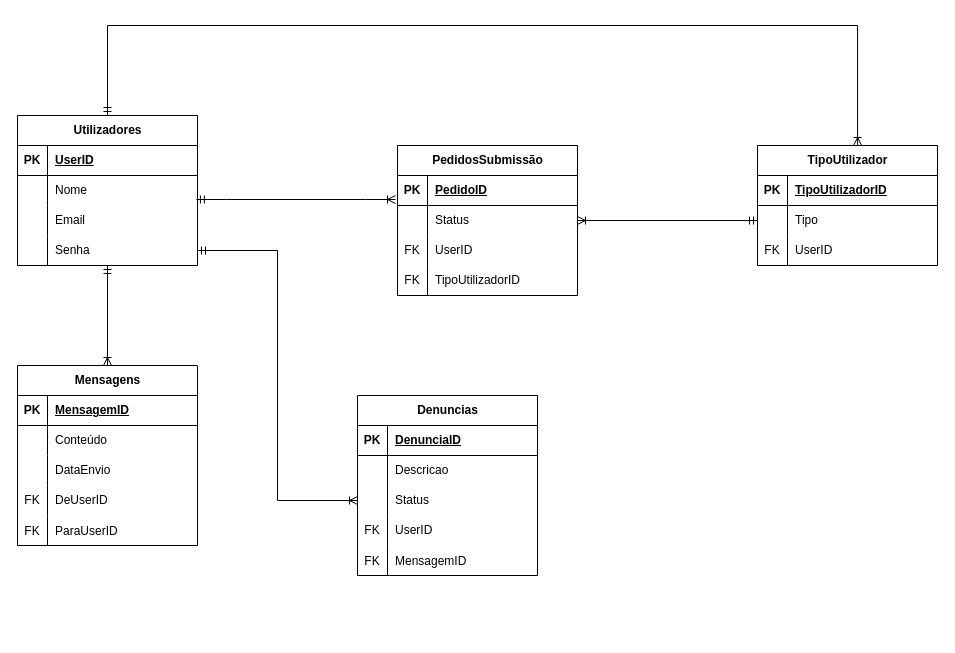
Earlier version of the draw.io diagram page "Modelo relacional" (2 of 2) of Drawio/Casos_de_Uso.drawio (henriqueolivgp/Plataforma-De-Denuncias-De-Ciberataques). Source tidied: cells renumbered, new cells numbered last; positions are measured from the earlier drawing's top-left corner, leaving out a move shared by most shapes. Both pictures are drawn from the tidied source at 100%, with x=0, y=0 at pixel (17, 25).
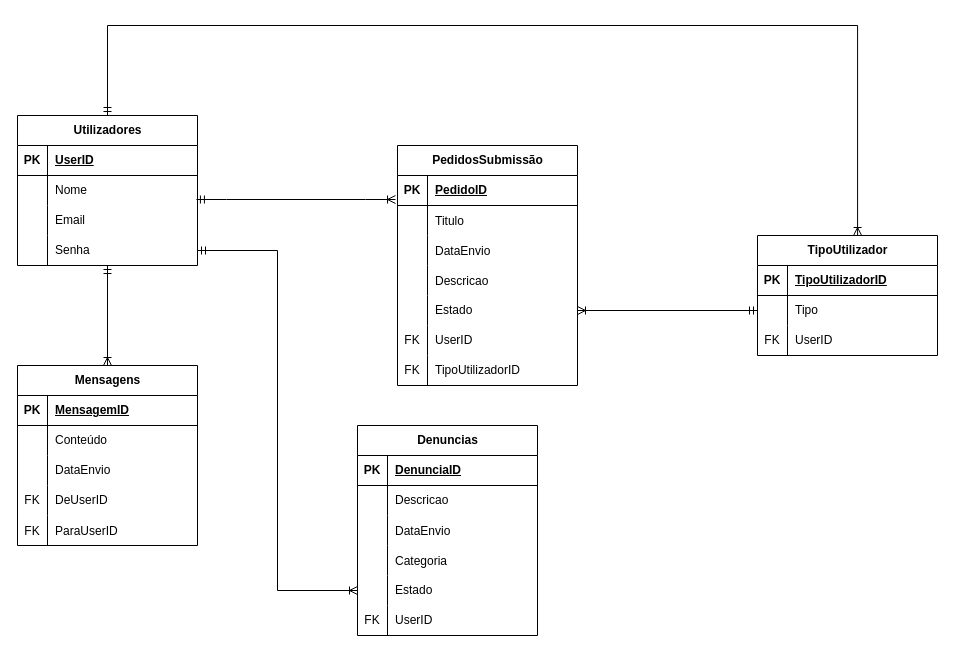
The same page after the edit.

What changed in the source:
```diff
@@
     <mxCell id="15" value="PedidosSubmissão" style="shape=table;startSize=30;childLayout=tableLayout;rowLines=0;fontStyle=1;align=center;html=1;" parent="1" vertex="1">
-      <mxGeometry x="380" y="120" width="180" height="150" as="geometry" />
+      <mxGeometry x="380" y="120" width="180" height="240" as="geometry" />
     </mxCell>
@@
+    <mxCell id="75" style="shape=tableRow;horizontal=0;startSize=0;swimlaneHead=0;swimlaneBody=0;fillColor=none;top=0;left=0;right=0;bottom=0;" parent="15" vertex="1">
+      <mxGeometry y="60" width="180" height="30" as="geometry" />
+    </mxCell>
+    <mxCell id="76" style="shape=partialRectangle;fillColor=none;top=0;left=0;bottom=0;right=0;overflow=hidden;" parent="75" vertex="1">
+      <mxGeometry width="30" height="30" as="geometry" />
+    </mxCell>
+    <mxCell id="77" value="Titulo" style="shape=partialRectangle;fillColor=none;top=0;left=0;bottom=0;right=0;align=left;spacingLeft=6;overflow=hidden;" parent="75" vertex="1">
+      <mxGeometry x="30" width="150" height="30" as="geometry" />
+    </mxCell>
+    <mxCell id="78" style="shape=tableRow;horizontal=0;startSize=0;swimlaneHead=0;swimlaneBody=0;fillColor=none;top=0;left=0;right=0;bottom=0;" parent="15" vertex="1">
+      <mxGeometry y="90" width="180" height="30" as="geometry" />
+    </mxCell>
+    <mxCell id="79" style="shape=partialRectangle;fillColor=none;top=0;left=0;bottom=0;right=0;overflow=hidden;" parent="78" vertex="1">
+      <mxGeometry width="30" height="30" as="geometry" />
+    </mxCell>
+    <mxCell id="80" value="DataEnvio" style="shape=partialRectangle;fillColor=none;top=0;left=0;bottom=0;right=0;align=left;spacingLeft=6;overflow=hidden;" parent="78" vertex="1">
+      <mxGeometry x="30" width="150" height="30" as="geometry" />
+    </mxCell>
+    <mxCell id="81" style="shape=tableRow;horizontal=0;startSize=0;swimlaneHead=0;swimlaneBody=0;fillColor=none;top=0;left=0;right=0;bottom=0;" parent="15" vertex="1">
+      <mxGeometry y="120" width="180" height="30" as="geometry" />
+    </mxCell>
+    <mxCell id="82" style="shape=partialRectangle;fillColor=none;top=0;left=0;bottom=0;right=0;overflow=hidden;" parent="81" vertex="1">
+      <mxGeometry width="30" height="30" as="geometry" />
+    </mxCell>
+    <mxCell id="83" value="Descricao" style="shape=partialRectangle;fillColor=none;top=0;left=0;bottom=0;right=0;align=left;spacingLeft=6;overflow=hidden;" parent="81" vertex="1">
+      <mxGeometry x="30" width="150" height="30" as="geometry" />
+    </mxCell>
     <mxCell id="19" style="shape=tableRow;horizontal=0;startSize=0;swimlaneHead=0;swimlaneBody=0;fillColor=none;points=[[0,0.5],[1,0.5]];portConstraint=eastwest;top=0;left=0;right=0;bottom=0;" parent="15" vertex="1">
-      <mxGeometry y="60" width="180" height="30" as="geometry" />
+      <mxGeometry y="150" width="180" height="30" as="geometry" />
     </mxCell>
@@
-    <mxCell id="21" value="Status" style="shape=partialRectangle;fillColor=none;top=0;left=0;bottom=0;right=0;align=left;spacingLeft=6;overflow=hidden;whiteSpace=wrap;html=1;" parent="19" vertex="1">
+    <mxCell id="21" value="Estado" style="shape=partialRectangle;fillColor=none;top=0;left=0;bottom=0;right=0;align=left;spacingLeft=6;overflow=hidden;whiteSpace=wrap;html=1;" parent="19" vertex="1">
       <mxGeometry x="30" width="150" height="30" as="geometry" />
     </mxCell>
     <mxCell id="22" style="shape=tableRow;horizontal=0;startSize=0;swimlaneHead=0;swimlaneBody=0;fillColor=none;top=0;left=0;right=0;bottom=0;" parent="15" vertex="1">
-      <mxGeometry y="90" width="180" height="30" as="geometry" />
+      <mxGeometry y="180" width="180" height="30" as="geometry" />
     </mxCell>
@@
     <mxCell id="25" style="shape=tableRow;horizontal=0;startSize=0;swimlaneHead=0;swimlaneBody=0;fillColor=none;top=0;left=0;right=0;bottom=0;" parent="15" vertex="1">
-      <mxGeometry y="120" width="180" height="30" as="geometry" />
+      <mxGeometry y="210" width="180" height="30" as="geometry" />
     </mxCell>
@@
     <mxCell id="44" value="Denuncias" style="shape=table;startSize=30;childLayout=tableLayout;rowLines=0;fontStyle=1;align=center;html=1;" parent="1" vertex="1">
-      <mxGeometry x="340" y="370" width="180" height="180" as="geometry" />
+      <mxGeometry x="340" y="400" width="180" height="210" as="geometry" />
     </mxCell>
@@
+    <mxCell id="84" style="shape=tableRow;horizontal=0;startSize=0;swimlaneHead=0;swimlaneBody=0;fillColor=none;top=0;left=0;right=0;bottom=0;" parent="44" vertex="1">
+      <mxGeometry y="90" width="180" height="30" as="geometry" />
+    </mxCell>
+    <mxCell id="85" style="shape=partialRectangle;fillColor=none;top=0;left=0;bottom=0;right=0;overflow=hidden;" parent="84" vertex="1">
+      <mxGeometry width="30" height="30" as="geometry" />
+    </mxCell>
+    <mxCell id="86" value="DataEnvio" style="shape=partialRectangle;fillColor=none;top=0;left=0;bottom=0;right=0;align=left;spacingLeft=6;overflow=hidden;" parent="84" vertex="1">
+      <mxGeometry x="30" width="150" height="30" as="geometry" />
+    </mxCell>
+    <mxCell id="87" style="shape=tableRow;horizontal=0;startSize=0;swimlaneHead=0;swimlaneBody=0;fillColor=none;top=0;left=0;right=0;bottom=0;" parent="44" vertex="1">
+      <mxGeometry y="120" width="180" height="30" as="geometry" />
+    </mxCell>
+    <mxCell id="88" style="shape=partialRectangle;fillColor=none;top=0;left=0;bottom=0;right=0;overflow=hidden;" parent="87" vertex="1">
+      <mxGeometry width="30" height="30" as="geometry" />
+    </mxCell>
+    <mxCell id="89" value="Categoria" style="shape=partialRectangle;fillColor=none;top=0;left=0;bottom=0;right=0;align=left;spacingLeft=6;overflow=hidden;" parent="87" vertex="1">
+      <mxGeometry x="30" width="150" height="30" as="geometry" />
+    </mxCell>
     <mxCell id="51" style="shape=tableRow;horizontal=0;startSize=0;swimlaneHead=0;swimlaneBody=0;fillColor=none;points=[[0,0.5],[1,0.5]];portConstraint=eastwest;top=0;left=0;right=0;bottom=0;" parent="44" vertex="1">
-      <mxGeometry y="90" width="180" height="30" as="geometry" />
+      <mxGeometry y="150" width="180" height="30" as="geometry" />
     </mxCell>
@@
-    <mxCell id="53" value="Status" style="shape=partialRectangle;fillColor=none;top=0;left=0;bottom=0;right=0;align=left;spacingLeft=6;overflow=hidden;whiteSpace=wrap;html=1;" parent="51" vertex="1">
+    <mxCell id="53" value="Estado" style="shape=partialRectangle;fillColor=none;top=0;left=0;bottom=0;right=0;align=left;spacingLeft=6;overflow=hidden;whiteSpace=wrap;html=1;" parent="51" vertex="1">
       <mxGeometry x="30" width="150" height="30" as="geometry" />
     </mxCell>
     <mxCell id="54" style="shape=tableRow;horizontal=0;startSize=0;swimlaneHead=0;swimlaneBody=0;fillColor=none;top=0;left=0;right=0;bottom=0;" parent="44" vertex="1">
-      <mxGeometry y="120" width="180" height="30" as="geometry" />
+      <mxGeometry y="180" width="180" height="30" as="geometry" />
     </mxCell>
@@
-    <mxCell id="57" style="shape=tableRow;horizontal=0;startSize=0;swimlaneHead=0;swimlaneBody=0;fillColor=none;top=0;left=0;right=0;bottom=0;" parent="44" vertex="1">
-      <mxGeometry y="150" width="180" height="30" as="geometry" />
-    </mxCell>
-    <mxCell id="58" value="FK" style="shape=partialRectangle;fillColor=none;top=0;left=0;bottom=0;right=0;overflow=hidden;" parent="57" vertex="1">
-      <mxGeometry width="30" height="30" as="geometry" />
-    </mxCell>
-    <mxCell id="59" value="MensagemID" style="shape=partialRectangle;fillColor=none;top=0;left=0;bottom=0;right=0;align=left;spacingLeft=6;overflow=hidden;" parent="57" vertex="1">
-      <mxGeometry x="30" width="150" height="30" as="geometry" />
-    </mxCell>
@@
     <mxCell id="64" value="TipoUtilizador" style="shape=table;startSize=30;childLayout=tableLayout;rowLines=0;fontStyle=1;align=center;html=1;" parent="1" vertex="1">
-      <mxGeometry x="740" y="120" width="180" height="120" as="geometry" />
+      <mxGeometry x="740" y="210" width="180" height="120" as="geometry" />
     </mxCell>
```
